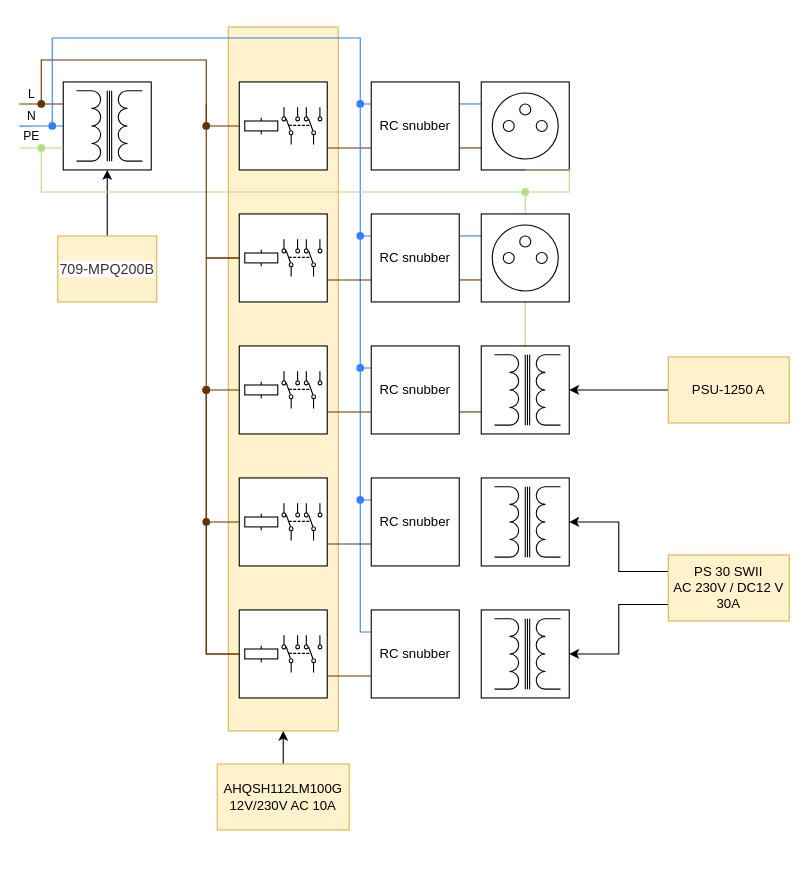
Earlier version of the draw.io diagram silnoproud.drawio (AdminTextilka/Bakalarka). Source tidied: cells renumbered, new cells numbered last; positions are measured from the earlier drawing's top-left corner, leaving out a move shared by most shapes. Both pictures are drawn from the tidied source at 110%, with x=0, y=0 at pixel (19, 26).
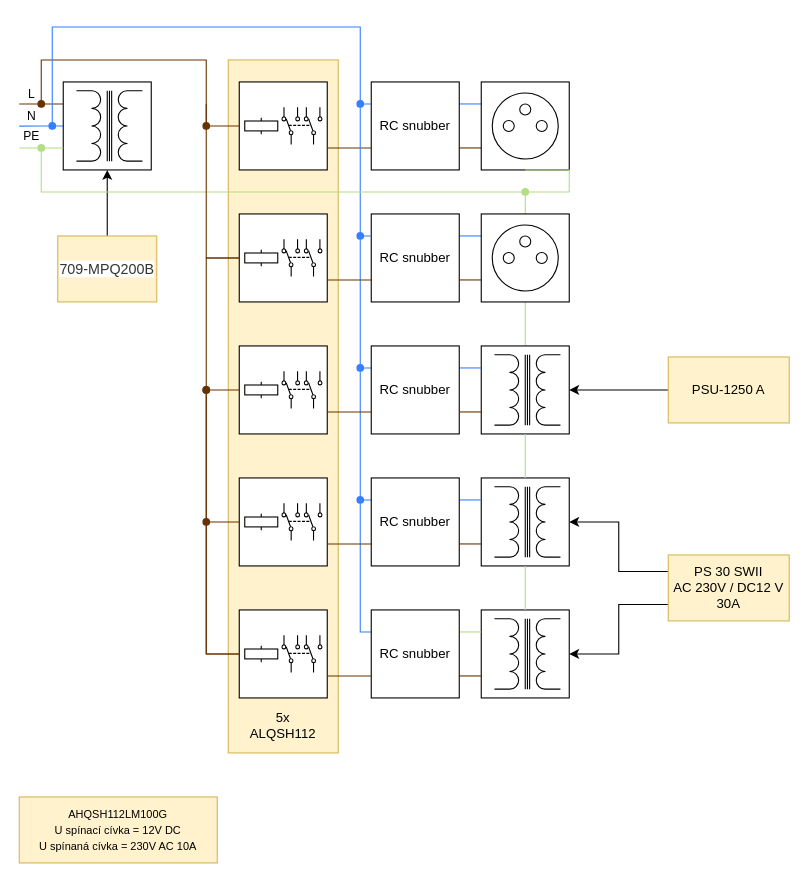
After the change.

Unchanged cells that the change refers to:
```xml
<mxCell id="27" value="RC snubber" style="whiteSpace=wrap;html=1;" parent="1" vertex="1">
  <mxGeometry x="320" y="50" width="80" height="80" as="geometry" />
</mxCell>
<mxCell id="61" style="rounded=0;whiteSpace=wrap;html=1;" parent="60" vertex="1">
  <mxGeometry width="80" height="80" as="geometry" />
</mxCell>
<mxCell id="64" style="rounded=0;whiteSpace=wrap;html=1;" parent="63" vertex="1">
  <mxGeometry width="80" height="80" as="geometry" />
</mxCell>
<mxCell id="67" style="rounded=0;whiteSpace=wrap;html=1;" parent="66" vertex="1">
  <mxGeometry width="80" height="80" as="geometry" />
</mxCell>
<mxCell id="79" value="RC snubber" style="whiteSpace=wrap;html=1;" parent="1" vertex="1">
  <mxGeometry x="320" y="290" width="80" height="80" as="geometry" />
</mxCell>
<mxCell id="85" value="RC snubber" style="whiteSpace=wrap;html=1;" parent="1" vertex="1">
  <mxGeometry x="320" y="410" width="80" height="80" as="geometry" />
</mxCell>
<mxCell id="86" value="RC snubber" style="whiteSpace=wrap;html=1;" parent="1" vertex="1">
  <mxGeometry x="320" y="530" width="80" height="80" as="geometry" />
</mxCell>
```

Change to the diagram source:
```diff
@@
     <mxCell id="2" style="rounded=0;whiteSpace=wrap;html=1;fillColor=#fff2cc;strokeColor=#d6b656;" parent="1" vertex="1">
-      <mxGeometry x="190" width="100" height="640" as="geometry" />
+      <mxGeometry x="190" y="30" width="100" height="630" as="geometry" />
     </mxCell>
@@
-    <mxCell id="19" style="edgeStyle=orthogonalEdgeStyle;rounded=0;jettySize=auto;html=1;exitX=0.5;exitY=0;exitDx=0;exitDy=0;entryX=0.5;entryY=1;entryDx=0;entryDy=0;" parent="1" edge="1" source="20" target="2">
-      <mxGeometry relative="1" as="geometry" />
-    </mxCell>
-    <mxCell id="20" value="AHQSH112LM100G&lt;br&gt;12V/230V AC 10A" style="rounded=0;whiteSpace=wrap;html=1;fillColor=#fff2cc;strokeColor=#d6b656;" parent="1" vertex="1">
-      <mxGeometry x="180" y="670" width="120" height="60" as="geometry" />
+    <mxCell id="20" value="&lt;font style=&quot;font-size: 10px;&quot;&gt;AHQSH112LM100G&lt;br&gt;U spínací cívka = 12V DC&lt;br&gt;U spínaná cívka = 230V AC 10A&lt;/font&gt;" style="rounded=0;whiteSpace=wrap;html=1;fillColor=#fff2cc;strokeColor=#d6b656;" parent="1" vertex="1">
+      <mxGeometry y="700" width="180" height="60" as="geometry" />
     </mxCell>
@@
     <mxCell id="33" style="edgeStyle=orthogonalEdgeStyle;rounded=0;jettySize=auto;html=1;entryX=0;entryY=0.25;entryDx=0;entryDy=0;startArrow=oval;startFill=1;endArrow=none;strokeColor=#357FFF;" parent="1" edge="1" target="27">
       <mxGeometry relative="1" as="geometry">
         <mxPoint x="30" y="90" as="sourcePoint" />
         <Array as="points">
-          <mxPoint x="30" y="10" />
-          <mxPoint x="310" y="10" />
+          <mxPoint x="30" />
+          <mxPoint x="310" />
           <mxPoint x="310" y="70" />
         </Array>
       </mxGeometry>
     </mxCell>
@@
+    <mxCell id="89" style="edgeStyle=orthogonalEdgeStyle;rounded=0;jettySize=auto;html=1;exitX=1;exitY=0.25;exitDx=0;exitDy=0;entryX=0;entryY=0.25;entryDx=0;entryDy=0;strokeColor=#357FFF;endArrow=none;startFill=0;" parent="1" edge="1" source="79" target="61">
+      <mxGeometry relative="1" as="geometry" />
+    </mxCell>
@@
+    <mxCell id="90" style="edgeStyle=orthogonalEdgeStyle;rounded=0;jettySize=auto;html=1;exitX=1;exitY=0.75;exitDx=0;exitDy=0;entryX=0;entryY=0.75;entryDx=0;entryDy=0;strokeColor=#663300;endArrow=none;startFill=0;" parent="1" edge="1" source="85" target="64">
+      <mxGeometry relative="1" as="geometry" />
+    </mxCell>
+    <mxCell id="91" style="edgeStyle=orthogonalEdgeStyle;rounded=0;jettySize=auto;html=1;exitX=1;exitY=0.25;exitDx=0;exitDy=0;entryX=0;entryY=0.25;entryDx=0;entryDy=0;strokeColor=#357FFF;endArrow=none;startFill=0;" parent="1" edge="1" source="85" target="64">
+      <mxGeometry relative="1" as="geometry" />
+    </mxCell>
@@
+    <mxCell id="92" style="edgeStyle=orthogonalEdgeStyle;rounded=0;jettySize=auto;html=1;exitX=1;exitY=0.75;exitDx=0;exitDy=0;entryX=0;entryY=0.75;entryDx=0;entryDy=0;strokeColor=#663300;endArrow=none;startFill=0;" parent="1" edge="1" source="86" target="67">
+      <mxGeometry relative="1" as="geometry" />
+    </mxCell>
+    <mxCell id="93" style="edgeStyle=orthogonalEdgeStyle;rounded=0;jettySize=auto;html=1;exitX=1;exitY=0.25;exitDx=0;exitDy=0;entryX=0;entryY=0.25;entryDx=0;entryDy=0;strokeColor=#B2DE85;endArrow=none;startFill=0;" parent="1" edge="1" source="86" target="67">
+      <mxGeometry relative="1" as="geometry" />
+    </mxCell>
@@
+    <mxCell id="94" value="5x ALQSH112" style="text;html=1;align=center;verticalAlign=middle;whiteSpace=wrap;rounded=0;" parent="1" vertex="1">
+      <mxGeometry x="210" y="620" width="60" height="30" as="geometry" />
+    </mxCell>
+    <mxCell id="95" style="edgeStyle=orthogonalEdgeStyle;rounded=0;jettySize=auto;html=1;exitX=0.5;exitY=1;exitDx=0;exitDy=0;entryX=0.5;entryY=0;entryDx=0;entryDy=0;strokeColor=#B2DE85;endArrow=none;startFill=0;" parent="1" edge="1" source="61" target="64">
+      <mxGeometry relative="1" as="geometry" />
+    </mxCell>
+    <mxCell id="96" style="edgeStyle=orthogonalEdgeStyle;rounded=0;jettySize=auto;html=1;exitX=0.5;exitY=1;exitDx=0;exitDy=0;entryX=0.5;entryY=0;entryDx=0;entryDy=0;strokeColor=#B2DE85;endArrow=none;startFill=0;" parent="1" edge="1" source="64" target="67">
+      <mxGeometry relative="1" as="geometry" />
+    </mxCell>
```
